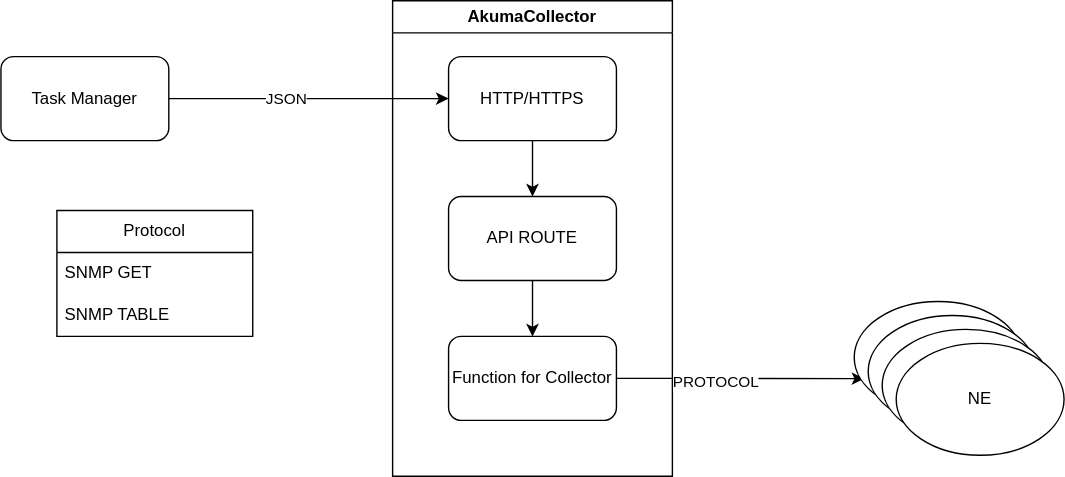
This is akuma-collector.drawio.svg from cesarmacias/AkumaCollector, a draw.io export, as it was before one commit. Source tidied: cells renumbered, new cells last; positions are measured from the earlier drawing's top-left corner, leaving out a move shared by most shapes.
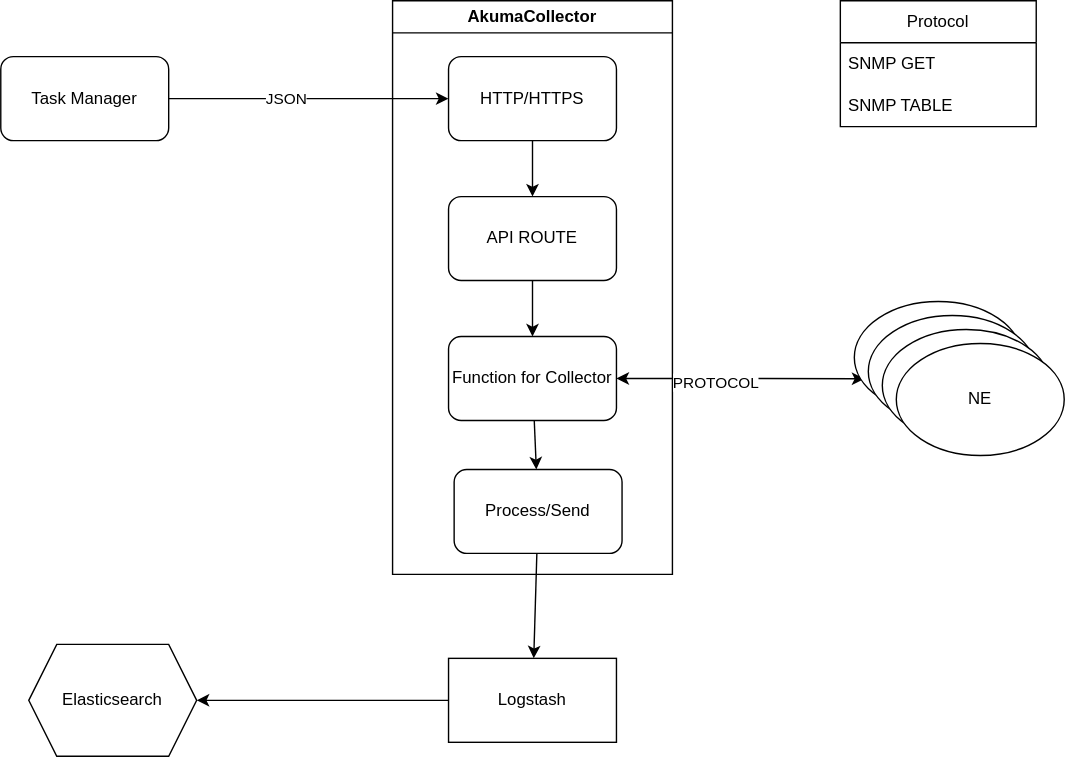
Later version of the same file.

The edit, as a diff of the source:
```diff
@@ -12,7 +12,7 @@
       <mxGeometry y="40" width="120" height="60" as="geometry" />
     </mxCell>
     <mxCell id="5" value="AkumaCollector" style="swimlane;whiteSpace=wrap;html=1;" parent="1" vertex="1">
-      <mxGeometry x="280" width="200" height="340" as="geometry" />
+      <mxGeometry x="280" width="200" height="410" as="geometry" />
     </mxCell>
     <mxCell id="6" style="edgeStyle=orthogonalEdgeStyle;rounded=0;jettySize=auto;html=1;" parent="5" edge="1" source="7" target="8">
       <mxGeometry relative="1" as="geometry" />
@@ -23,7 +23,10 @@
     <mxCell id="8" value="API ROUTE" style="rounded=1;whiteSpace=wrap;html=1;" parent="5" vertex="1">
       <mxGeometry x="40" y="140" width="120" height="60" as="geometry" />
     </mxCell>
+    <mxCell id="20" value="Process/Send" style="rounded=1;whiteSpace=wrap;html=1;" parent="5" vertex="1">
+      <mxGeometry x="44" y="335" width="120" height="60" as="geometry" />
+    </mxCell>
-    <mxCell id="9" style="edgeStyle=orthogonalEdgeStyle;rounded=0;jettySize=auto;html=1;entryX=0.06;entryY=0.69;entryDx=0;entryDy=0;entryPerimeter=0;" parent="1" edge="1" source="11" target="13">
+    <mxCell id="9" style="edgeStyle=orthogonalEdgeStyle;rounded=0;jettySize=auto;html=1;entryX=0.06;entryY=0.69;entryDx=0;entryDy=0;entryPerimeter=0;startArrow=classic;startFill=1;" parent="1" edge="1" source="11" target="13">
       <mxGeometry relative="1" as="geometry" />
     </mxCell>
     <mxCell id="10" value="PROTOCOL" style="edgeLabel;html=1;align=center;verticalAlign=middle;" parent="9" vertex="1">
@@ -31,6 +34,9 @@
         <mxPoint x="-3" as="offset" />
       </mxGeometry>
     </mxCell>
+    <mxCell id="21" style="edgeStyle=none;html=1;" parent="1" edge="1" source="11" target="20">
+      <mxGeometry relative="1" as="geometry" />
+    </mxCell>
     <mxCell id="11" value="Function for Collector" style="rounded=1;whiteSpace=wrap;html=1;" parent="1" vertex="1">
       <mxGeometry x="320" y="240" width="120" height="60" as="geometry" />
     </mxCell>
@@ -50,7 +56,7 @@
       <mxGeometry x="640" y="245" width="120" height="80" as="geometry" />
     </mxCell>
     <mxCell id="17" value="Protocol" style="swimlane;fontStyle=0;horizontal=1;startSize=30;whiteSpace=wrap;html=1;" parent="1" vertex="1">
-      <mxGeometry x="40" y="150" width="140" height="90" as="geometry" />
+      <mxGeometry x="600" width="140" height="90" as="geometry" />
     </mxCell>
     <mxCell id="18" value="SNMP GET" style="text;strokeColor=none;fillColor=none;align=left;verticalAlign=middle;spacingLeft=4;spacingRight=4;overflow=hidden;whiteSpace=wrap;html=1;" parent="17" vertex="1">
       <mxGeometry y="30" width="140" height="30" as="geometry" />
@@ -58,5 +64,17 @@
     <mxCell id="19" value="SNMP TABLE" style="text;strokeColor=none;fillColor=none;align=left;verticalAlign=middle;spacingLeft=4;spacingRight=4;overflow=hidden;whiteSpace=wrap;html=1;" parent="17" vertex="1">
       <mxGeometry y="60" width="140" height="30" as="geometry" />
     </mxCell>
+    <mxCell id="22" style="edgeStyle=none;html=1;entryX=1;entryY=0.5;entryDx=0;entryDy=0;startArrow=none;startFill=0;" parent="1" edge="1" source="23" target="25">
+      <mxGeometry relative="1" as="geometry" />
+    </mxCell>
+    <mxCell id="23" value="Logstash" style="rounded=0;whiteSpace=wrap;html=1;" parent="1" vertex="1">
+      <mxGeometry x="320" y="470" width="120" height="60" as="geometry" />
+    </mxCell>
+    <mxCell id="24" style="edgeStyle=none;html=1;startArrow=none;startFill=0;" parent="1" edge="1" source="20" target="23">
+      <mxGeometry relative="1" as="geometry" />
+    </mxCell>
+    <mxCell id="25" value="Elasticsearch" style="shape=hexagon;perimeter=hexagonPerimeter2;whiteSpace=wrap;html=1;fixedSize=1;" parent="1" vertex="1">
+      <mxGeometry x="20" y="460" width="120" height="80" as="geometry" />
+    </mxCell>
   </root>
 </mxGraphModel>
```
